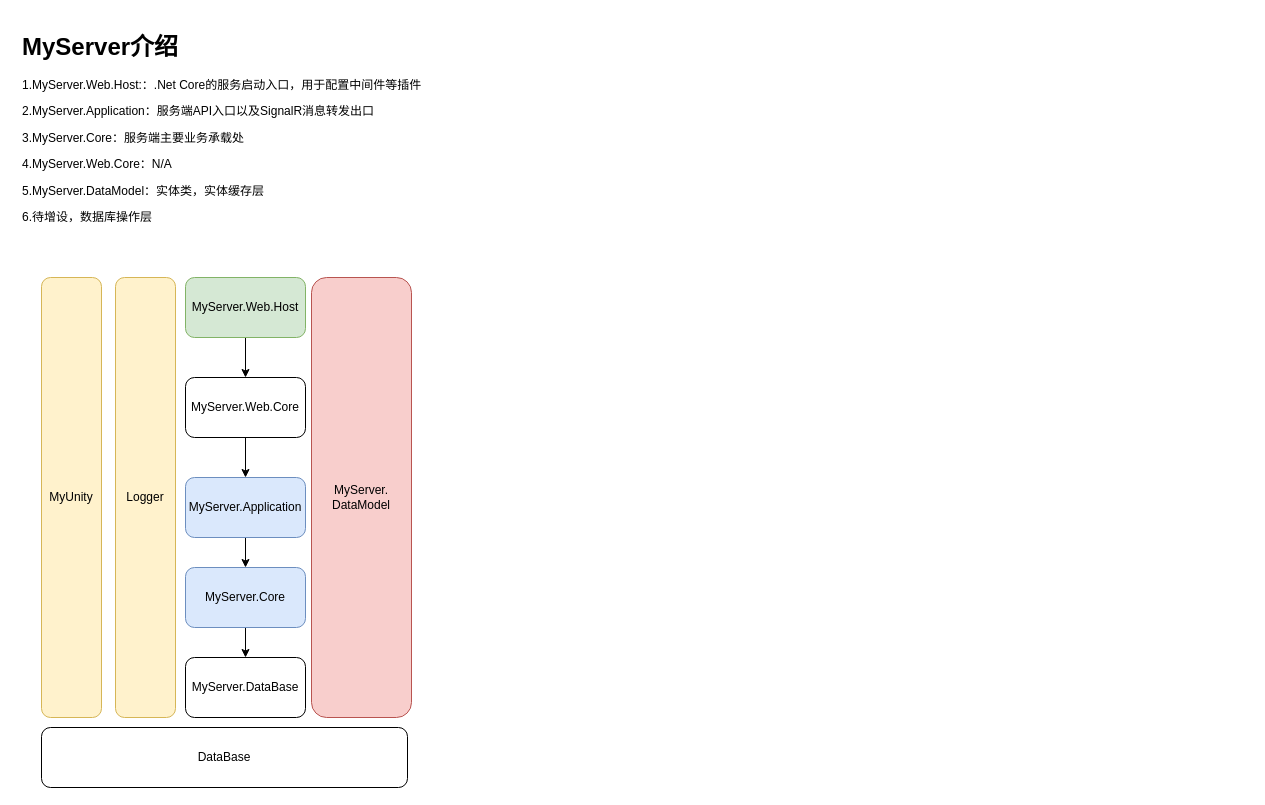
This is Document/MyServer.drawio from JSYY/MyStudy, a draw.io file, before an edit. Source tidied: cells renumbered, new cells numbered last; positions are measured from the earlier drawing's top-left corner, leaving out a move shared by most shapes. Both pictures are drawn from the tidied source at 100%, with x=0, y=0 at pixel (17, 27).
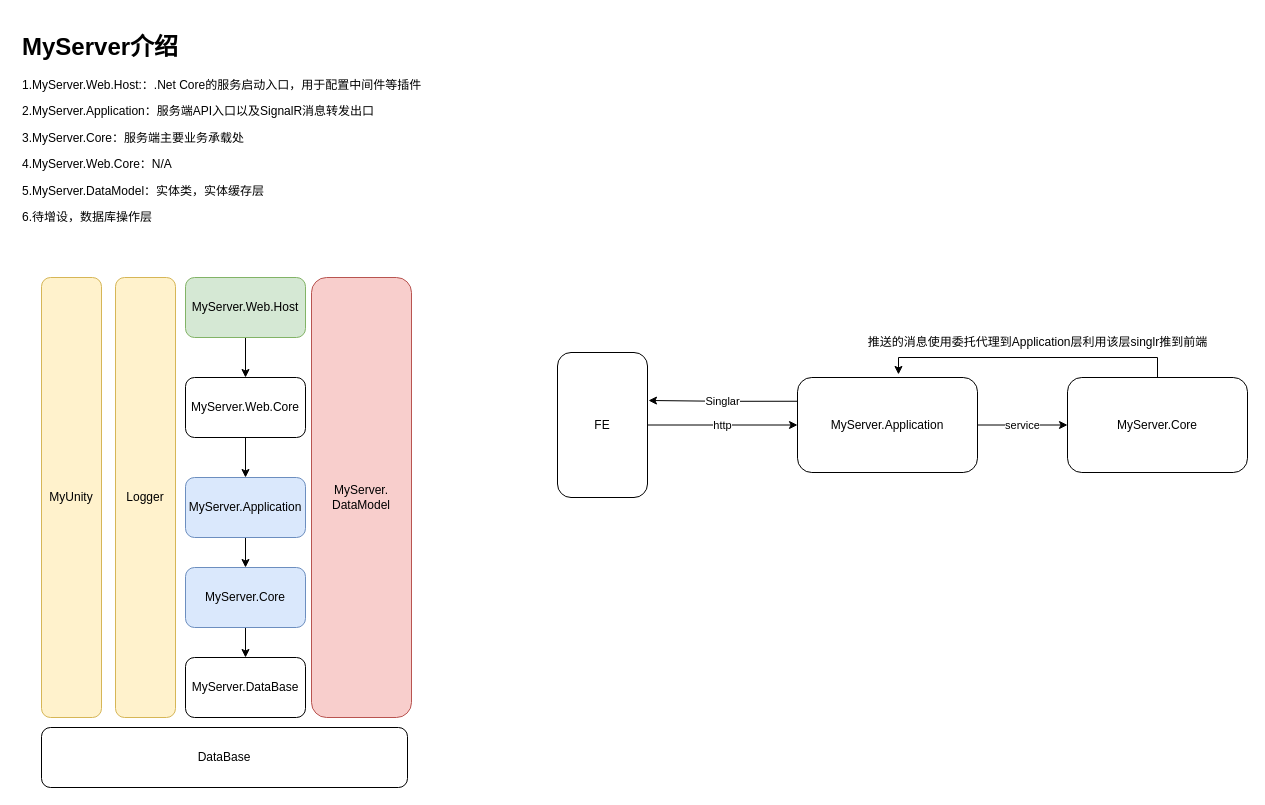
The same diagram, later.

The edit, as a diff of the source:
```diff
@@
+    <mxCell id="16" value="http" style="edgeStyle=orthogonalEdgeStyle;rounded=0;jettySize=auto;html=1;entryX=0;entryY=0.5;entryDx=0;entryDy=0;" parent="1" edge="1" source="17" target="20">
+      <mxGeometry relative="1" as="geometry" />
+    </mxCell>
+    <mxCell id="17" value="FE" style="rounded=1;whiteSpace=wrap;html=1;" parent="1" vertex="1">
+      <mxGeometry x="540" y="325" width="90" height="145" as="geometry" />
+    </mxCell>
+    <mxCell id="18" value="Singlar" style="edgeStyle=orthogonalEdgeStyle;rounded=0;jettySize=auto;html=1;exitX=0;exitY=0.25;exitDx=0;exitDy=0;entryX=1.011;entryY=0.331;entryDx=0;entryDy=0;entryPerimeter=0;" parent="1" edge="1" source="20" target="17">
+      <mxGeometry relative="1" as="geometry" />
+    </mxCell>
+    <mxCell id="19" value="service" style="edgeStyle=orthogonalEdgeStyle;rounded=0;jettySize=auto;html=1;entryX=0;entryY=0.5;entryDx=0;entryDy=0;" parent="1" edge="1" source="20" target="22">
+      <mxGeometry relative="1" as="geometry" />
+    </mxCell>
+    <mxCell id="20" value="MyServer.Application" style="rounded=1;whiteSpace=wrap;html=1;" parent="1" vertex="1">
+      <mxGeometry x="780" y="350" width="180" height="95" as="geometry" />
+    </mxCell>
+    <mxCell id="21" style="edgeStyle=orthogonalEdgeStyle;rounded=0;jettySize=auto;html=1;entryX=0.561;entryY=-0.032;entryDx=0;entryDy=0;entryPerimeter=0;exitX=0.5;exitY=0;exitDx=0;exitDy=0;" parent="1" edge="1" source="22" target="20">
+      <mxGeometry relative="1" as="geometry">
+        <Array as="points">
+          <mxPoint x="1140" y="330" />
+          <mxPoint x="881" y="330" />
+        </Array>
+      </mxGeometry>
+    </mxCell>
+    <mxCell id="22" value="MyServer.Core" style="rounded=1;whiteSpace=wrap;html=1;" parent="1" vertex="1">
+      <mxGeometry x="1050" y="350" width="180" height="95" as="geometry" />
+    </mxCell>
+    <mxCell id="23" value="推送的消息使用委托代理到Application层利用该层singlr推到前端" style="text;html=1;align=center;verticalAlign=middle;strokeColor=none;fillColor=none;" parent="1" vertex="1">
+      <mxGeometry x="840" y="300" width="360" height="30" as="geometry" />
+    </mxCell>
```
